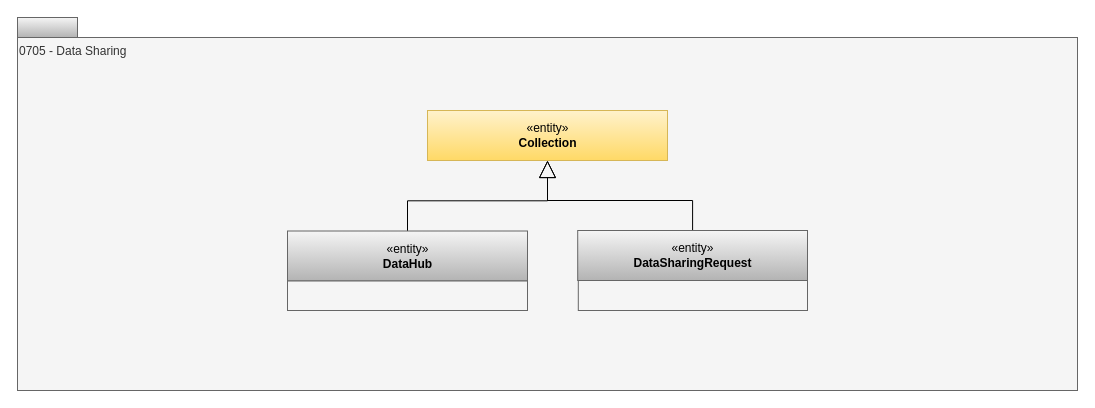
Before: page "0705-Data-Sharing" (2 of 19) of site/docs/types/7/area-7-lineage.drawio in odpi/egeria-docs, a draw.io diagram. Source tidied: cells renumbered, new cells numbered last; positions are measured from the earlier drawing's top-left corner, leaving out a move shared by most shapes. Both pictures are drawn from the tidied source at 100%, with x=0, y=0 at pixel (17, 17).
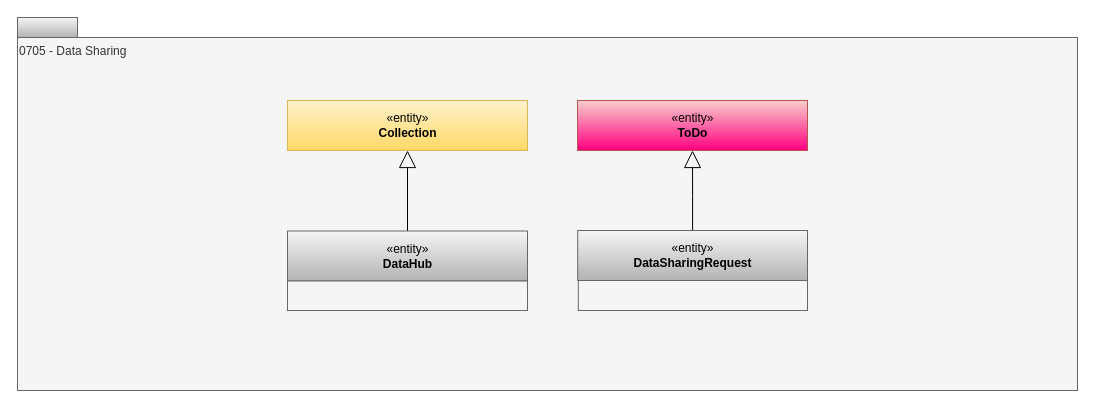
After the change.

Commit message (it also covers changes not shown here):
Change DataSharingRequest to inherit from ToDo not Collection

The edit, as a diff of the source:
```diff
@@
 <mxGraphModel>
   <root>
     <mxCell id="0" />
     <mxCell id="1" parent="0" />
     <mxCell id="2" style="rounded=0;whiteSpace=wrap;html=1;align=left;fillColor=#f5f5f5;strokeColor=#666666;gradientColor=#b3b3b3;" parent="1" vertex="1">
       <mxGeometry width="60" height="20" as="geometry" />
     </mxCell>
     <mxCell id="3" value="0705 - Data Sharing" style="rounded=0;whiteSpace=wrap;html=1;align=left;verticalAlign=top;fillColor=#f5f5f5;fontColor=#333333;strokeColor=#666666;" parent="1" vertex="1">
       <mxGeometry y="20" width="1060" height="353" as="geometry" />
     </mxCell>
     <mxCell id="4" style="edgeStyle=orthogonalEdgeStyle;rounded=0;jettySize=auto;html=1;exitX=0.5;exitY=0;exitDx=0;exitDy=0;endArrow=block;endFill=0;endSize=15;" parent="1" edge="1" source="5" target="7">
       <mxGeometry relative="1" as="geometry" />
     </mxCell>
     <mxCell id="5" value="«entity»&lt;br&gt;&lt;b&gt;DataHub&lt;br&gt;&lt;/b&gt;" style="html=1;strokeColor=#666666;align=center;fillColor=#f5f5f5;gradientColor=#b3b3b3;" parent="1" vertex="1">
       <mxGeometry x="270" y="213.5" width="240" height="50" as="geometry" />
     </mxCell>
     <mxCell id="6" value="&lt;div&gt;&lt;div&gt;&lt;br&gt;&lt;/div&gt;&lt;div style=&quot;text-align: left&quot;&gt;&lt;/div&gt;&lt;/div&gt;" style="rounded=0;whiteSpace=wrap;html=1;strokeColor=#666666;align=left;perimeterSpacing=1;fillColor=#f5f5f5;fontColor=#333333;" parent="1" vertex="1">
       <mxGeometry x="270" y="263.5" width="240" height="29.5" as="geometry" />
     </mxCell>
     <mxCell id="7" value="«entity»&lt;br&gt;&lt;b&gt;Collection&lt;/b&gt;" style="html=1;strokeColor=#d6b656;align=center;fillColor=#fff2cc;gradientColor=#ffd966;" parent="1" vertex="1">
-      <mxGeometry x="410" y="93" width="240" height="50" as="geometry" />
+      <mxGeometry x="270" y="83" width="240" height="50" as="geometry" />
     </mxCell>
-    <mxCell id="8" style="edgeStyle=orthogonalEdgeStyle;rounded=0;jettySize=auto;html=1;exitX=0.5;exitY=0;exitDx=0;exitDy=0;endArrow=block;endFill=0;endSize=15;strokeWidth=1;entryX=0.5;entryY=1;entryDx=0;entryDy=0;" parent="1" edge="1" source="9" target="7">
+    <mxCell id="8" style="edgeStyle=orthogonalEdgeStyle;rounded=0;jettySize=auto;html=1;exitX=0.5;exitY=0;exitDx=0;exitDy=0;endArrow=block;endFill=0;endSize=15;strokeWidth=1;" parent="1" edge="1" source="9" target="11">
       <mxGeometry relative="1" as="geometry" />
     </mxCell>
     <mxCell id="9" value="«entity»&lt;br&gt;&lt;b&gt;DataSharingRequest&lt;/b&gt;" style="html=1;strokeColor=#666666;align=center;fillColor=#f5f5f5;gradientColor=#b3b3b3;" parent="1" vertex="1">
       <mxGeometry x="560.2" y="213" width="229.8" height="50" as="geometry" />
     </mxCell>
     <mxCell id="10" style="rounded=0;whiteSpace=wrap;html=1;strokeColor=#666666;align=left;fillColor=#f5f5f5;fontColor=#333333;" parent="1" vertex="1">
       <mxGeometry x="560.8" y="263" width="229.2" height="30" as="geometry" />
     </mxCell>
+    <mxCell id="11" value="«entity»&lt;br&gt;&lt;b&gt;ToDo&lt;/b&gt;" style="html=1;strokeColor=#b85450;align=center;fillColor=#f8cecc;gradientColor=#FF0080;" parent="1" vertex="1">
+      <mxGeometry x="560" y="83" width="230" height="50" as="geometry" />
+    </mxCell>
   </root>
 </mxGraphModel>
```
